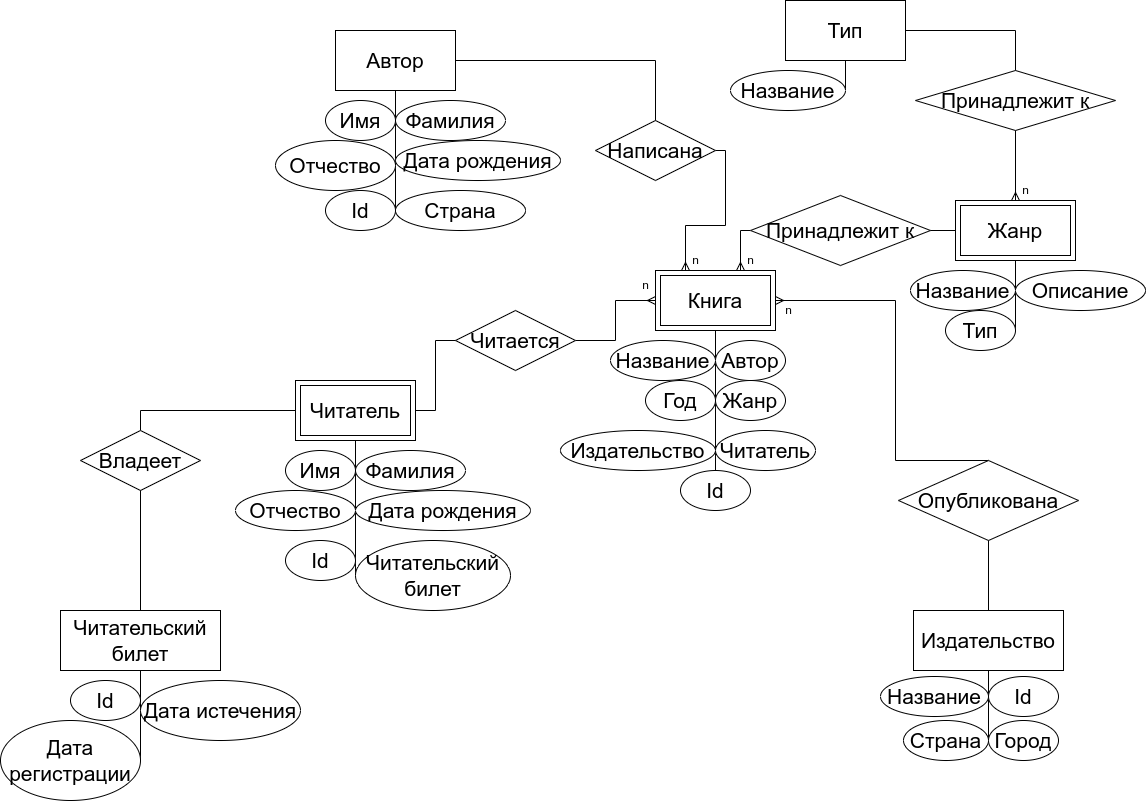
The draw.io diagram lab_01/diagrams/db_lab01.drawio.png in ddbmajor/bmstu-iu7-db, before a commit. Source tidied: cells renumbered, new cells last; positions are measured from the earlier drawing's top-left corner, leaving out a move shared by most shapes.
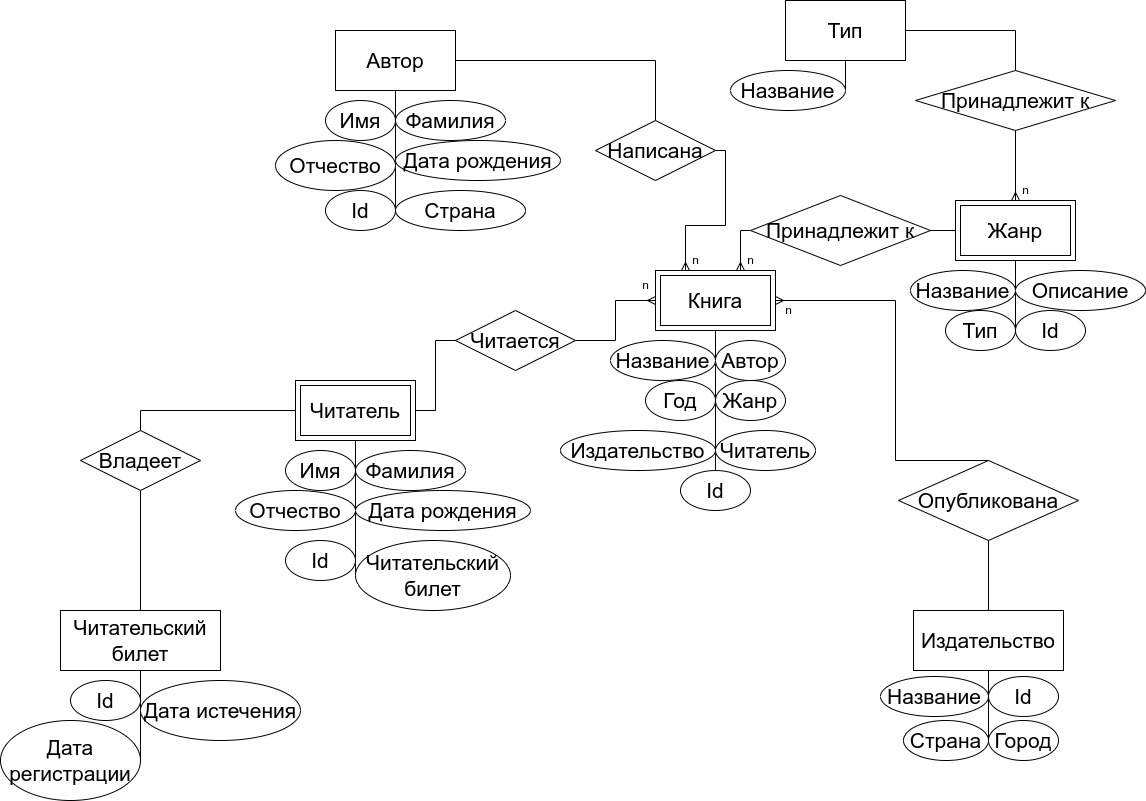
After the change.

What changed in the source:
```diff
@@ -225,5 +225,8 @@
     <mxCell id="71" value="Id" style="ellipse;whiteSpace=wrap;html=1;fontSize=21;" parent="1" vertex="1">
       <mxGeometry x="988" y="676" width="70" height="40" as="geometry" />
     </mxCell>
+    <mxCell id="72" value="Id" style="ellipse;whiteSpace=wrap;html=1;fontSize=21;" parent="1" vertex="1">
+      <mxGeometry x="1015" y="310" width="70" height="40" as="geometry" />
+    </mxCell>
   </root>
 </mxGraphModel>
```
